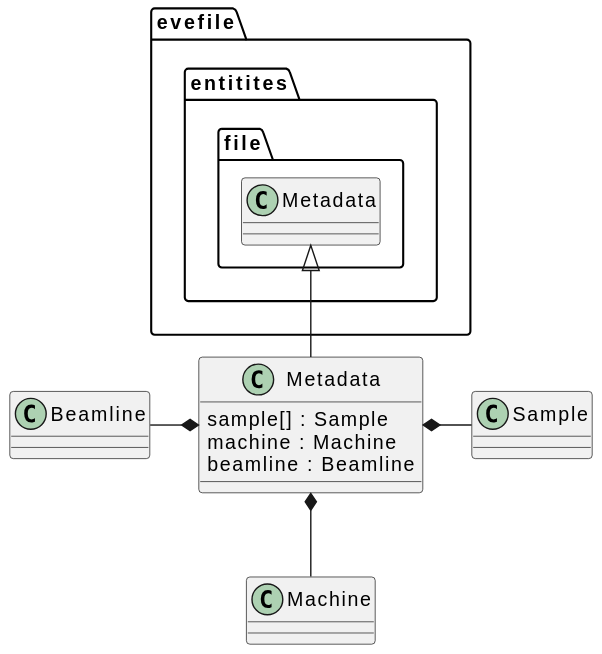
Earlier version of the PlantUML export docs/uml/evedata.measurement.entities.metadata.svg (tillbiskup/evedata).
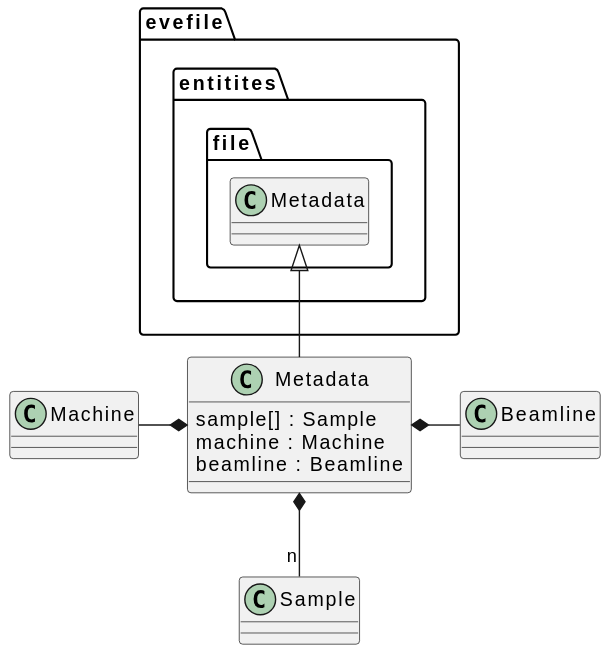
The same diagram one commit later.

The edit, as a diff of the source:
```diff
@@ -15,7 +15,7 @@
 class Beamline {
 }
 
-Metadata *- Sample
-Metadata *-- Machine
-Beamline -* Metadata
+Metadata *- Beamline
+Metadata *-- "n" Sample
+Machine -* Metadata
 @enduml
```
